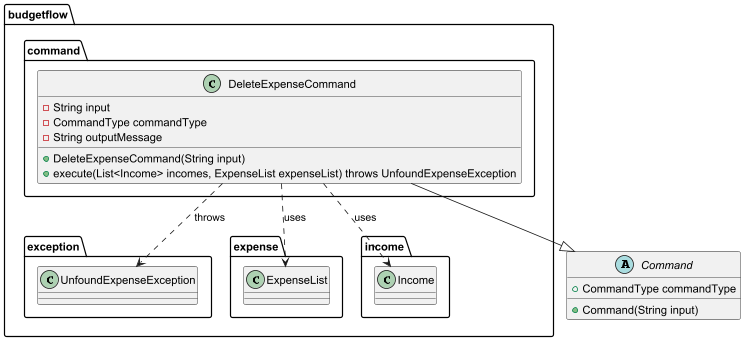
The PlantUML diagram docs/diagrams/DeleteExpenseCommandClass.png in thienkimtranhoang/tp, before a commit.
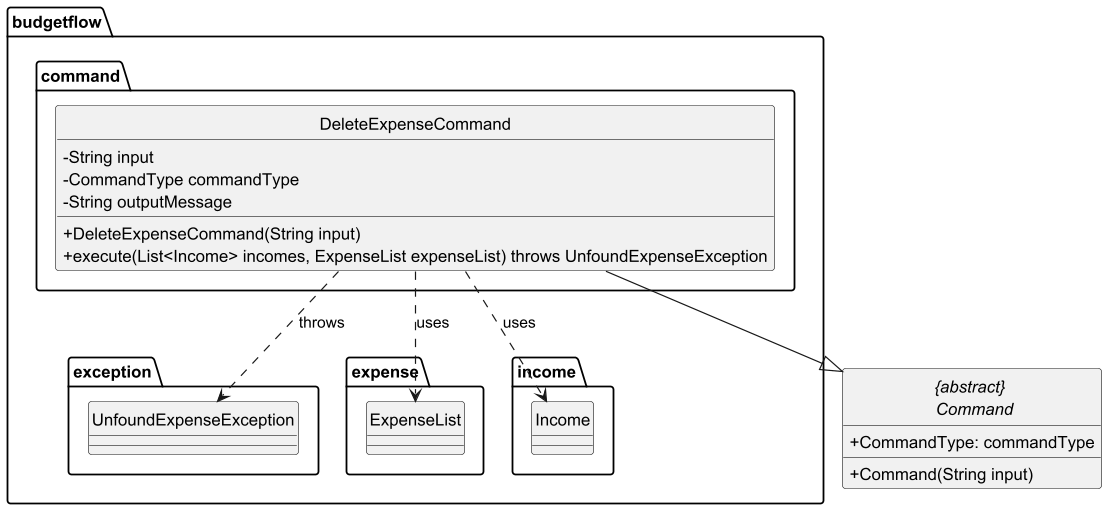
After the commit.

What changed in the source:
```diff
@@ -1,4 +1,7 @@
 @startuml
+
+hide circle
+skinparam classAttributeIconSize 0
 
 package budgetflow.command {
     class DeleteExpenseCommand {
@@ -22,12 +25,13 @@
     class Income
 }
 
-abstract class Command {
+abstract class "{abstract} \n Command" {
+    + CommandType: commandType
     + Command(String input)
-    + CommandType commandType
 }
 
-DeleteExpenseCommand --|> Command
+
+DeleteExpenseCommand --|> "{abstract} \n Command"
 DeleteExpenseCommand ..> UnfoundExpenseException : throws
 DeleteExpenseCommand ..> Income : uses
 DeleteExpenseCommand ..> ExpenseList : uses
```
